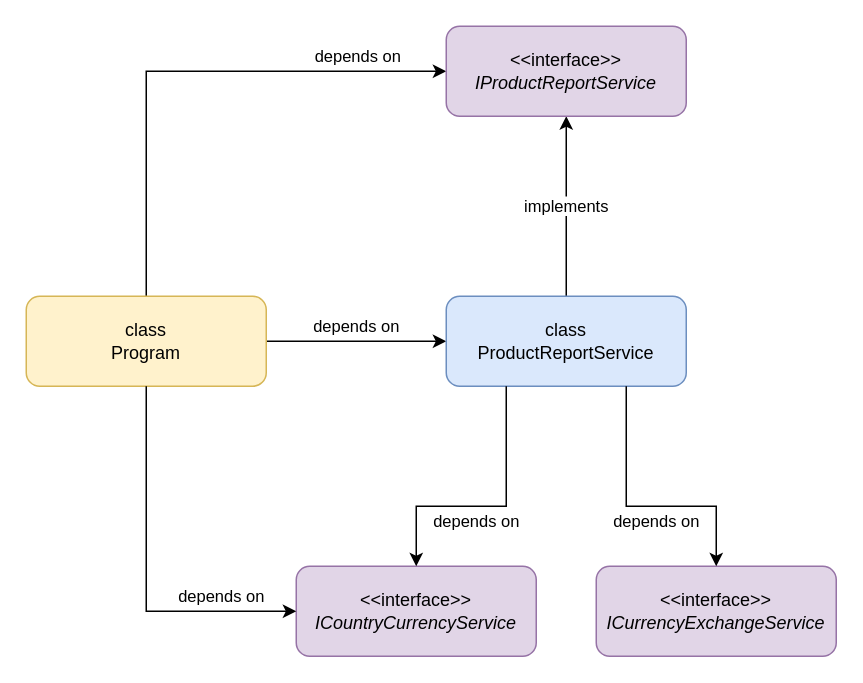
Before: page "ProductReportService+ExtractInterface" (6 of 7) of module03/module03.drawio in epam-dotnet-lab/northwind-apps, a draw.io diagram. Source tidied: cells renumbered, new cells numbered last; positions are measured from the earlier drawing's top-left corner, leaving out a move shared by most shapes. Both pictures are drawn from the tidied source at 150%, with x=0, y=0 at pixel (26, 26).
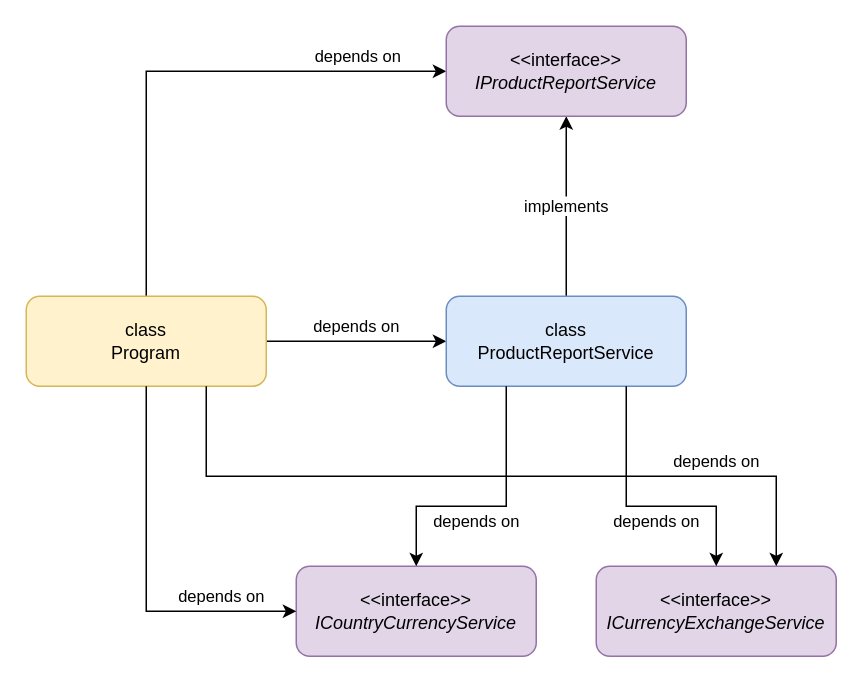
The same diagram, later.

The change refers to these unchanged cells:
```xml
<mxCell id="4" value="class&lt;br&gt;Program" style="rounded=1;whiteSpace=wrap;html=1;fillColor=#fff2cc;strokeColor=#d6b656;" parent="1" vertex="1">
  <mxGeometry y="180" width="160" height="60" as="geometry" />
</mxCell>
<mxCell id="5" value="&amp;lt;&amp;lt;interface&amp;gt;&amp;gt;&lt;br&gt;&lt;i&gt;ICurrencyExchangeService&lt;/i&gt;" style="rounded=1;whiteSpace=wrap;html=1;fillColor=#e1d5e7;strokeColor=#9673a6;" parent="1" vertex="1">
  <mxGeometry x="380" y="360" width="160" height="60" as="geometry" />
</mxCell>
```

What changed in the source:
```diff
@@
+    <mxCell id="13" value="depends on" style="edgeStyle=orthogonalEdgeStyle;rounded=0;jettySize=auto;html=1;exitX=0.75;exitY=1;exitDx=0;exitDy=0;entryX=0.75;entryY=0;entryDx=0;entryDy=0;" parent="1" edge="1" source="4" target="5">
+      <mxGeometry x="0.6" y="10" relative="1" as="geometry">
+        <Array as="points">
+          <mxPoint x="120" y="300" />
+          <mxPoint x="500" y="300" />
+        </Array>
+      </mxGeometry>
+    </mxCell>
```
